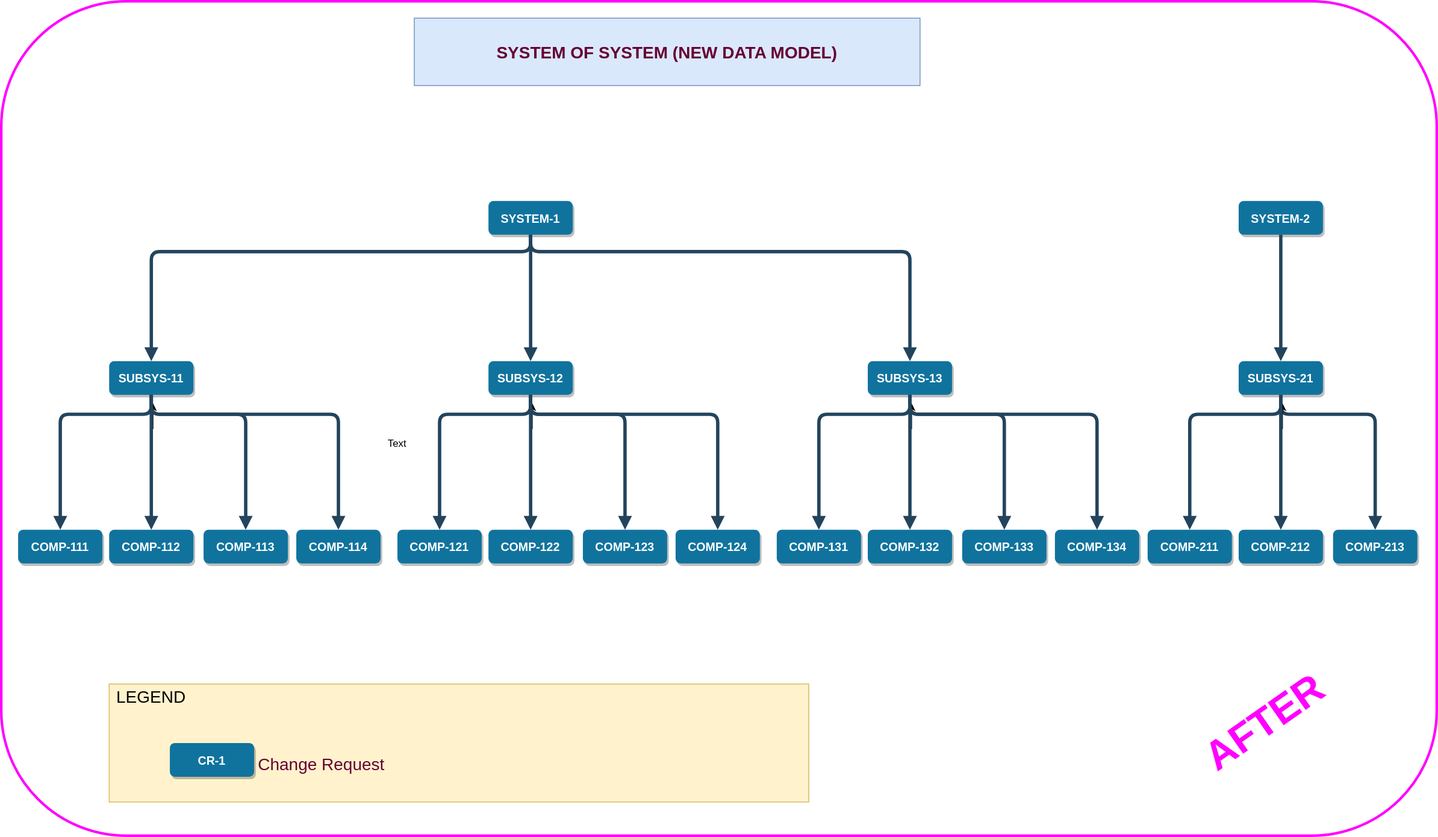
Before: SOS_Rhythm2_Contributions.svg, a diagram exported from draw.io (alaindelanay/drawings). Source tidied: cells renumbered, new cells last; positions are measured from the earlier drawing's top-left corner, leaving out a move shared by most shapes.
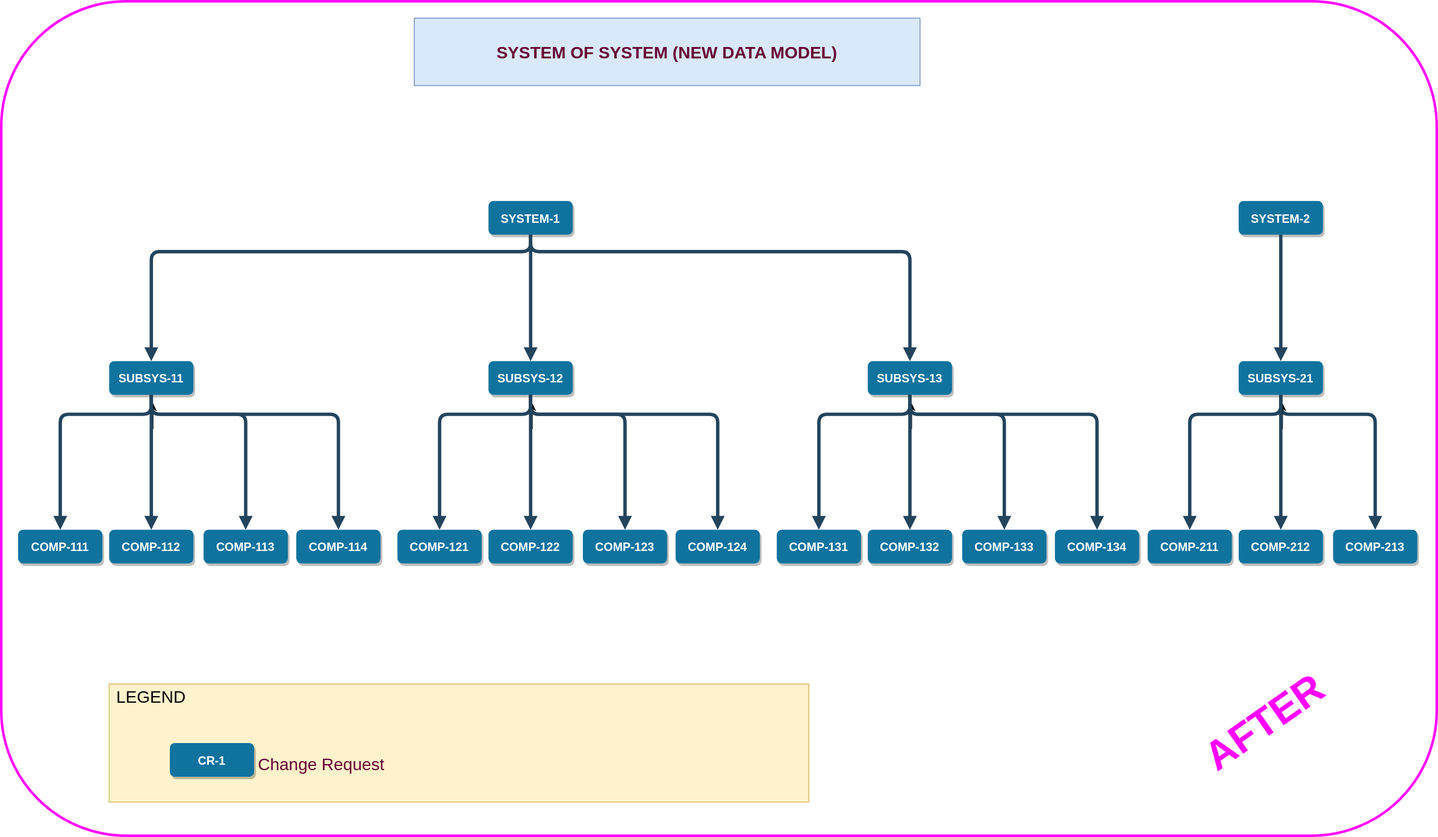
After the commit.

The edit, as a diff of the source:
```diff
@@ -225,8 +225,5 @@
     <mxCell id="52" value="AFTER" style="text;html=1;strokeColor=none;fillColor=none;align=center;verticalAlign=middle;whiteSpace=wrap;rounded=0;rotation=-35;fontSize=48;fontStyle=1;fontColor=#FF00FF;" parent="1" vertex="1">
       <mxGeometry x="1400" y="840" width="197.2" height="30" as="geometry" />
     </mxCell>
-    <mxCell id="53" value="Text" style="text;html=1;strokeColor=none;fillColor=none;align=center;verticalAlign=middle;whiteSpace=wrap;rounded=0;" parent="1" vertex="1">
-      <mxGeometry x="440" y="510" width="60" height="30" as="geometry" />
-    </mxCell>
   </root>
 </mxGraphModel>
```
